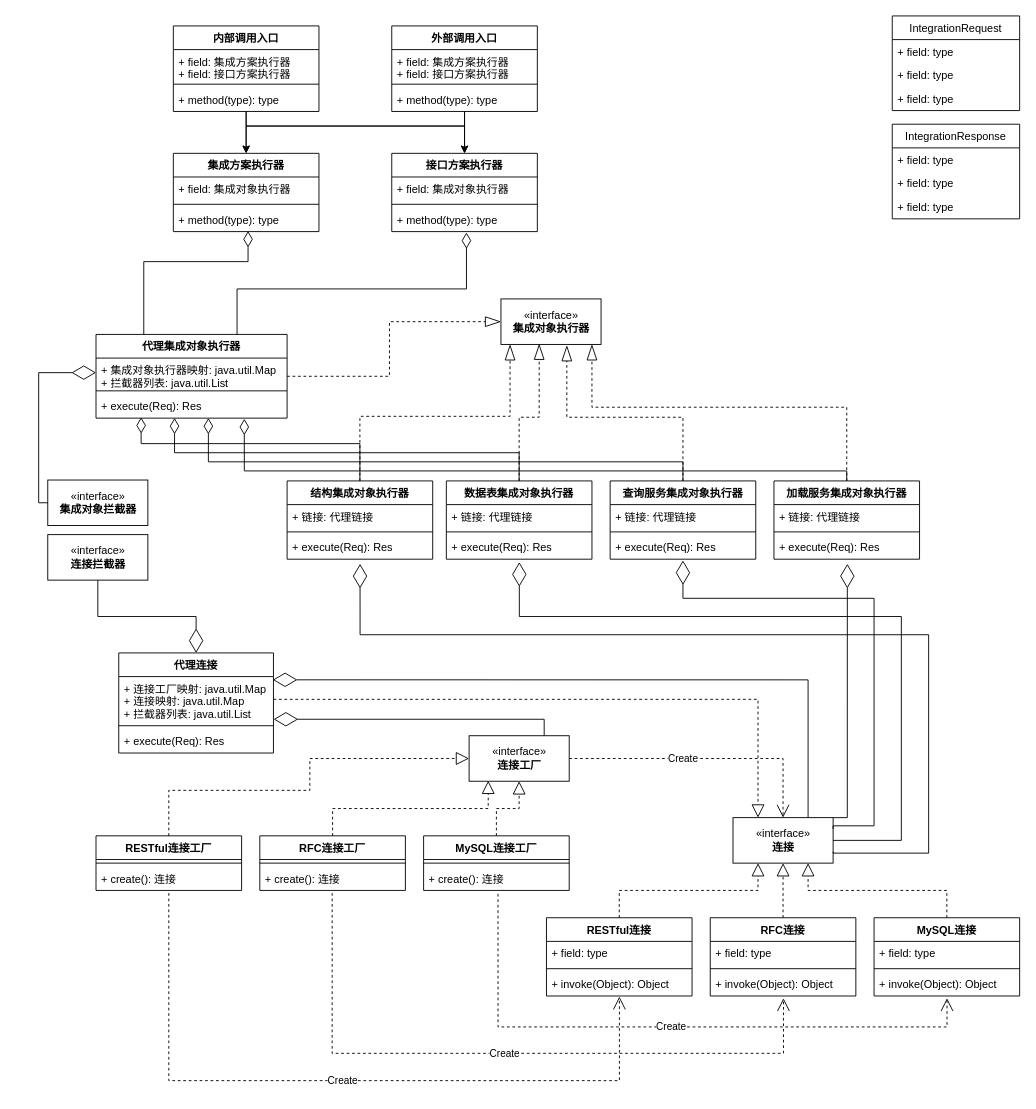
This is Integration.drawio from Pyr0man1ac/draw.io, a draw.io file, before an edit. Source tidied: cells renumbered, new cells numbered last; positions are measured from the earlier drawing's top-left corner, leaving out a move shared by most shapes. Both pictures are drawn from the tidied source at 91%, with x=0, y=0 at pixel (47, 15).
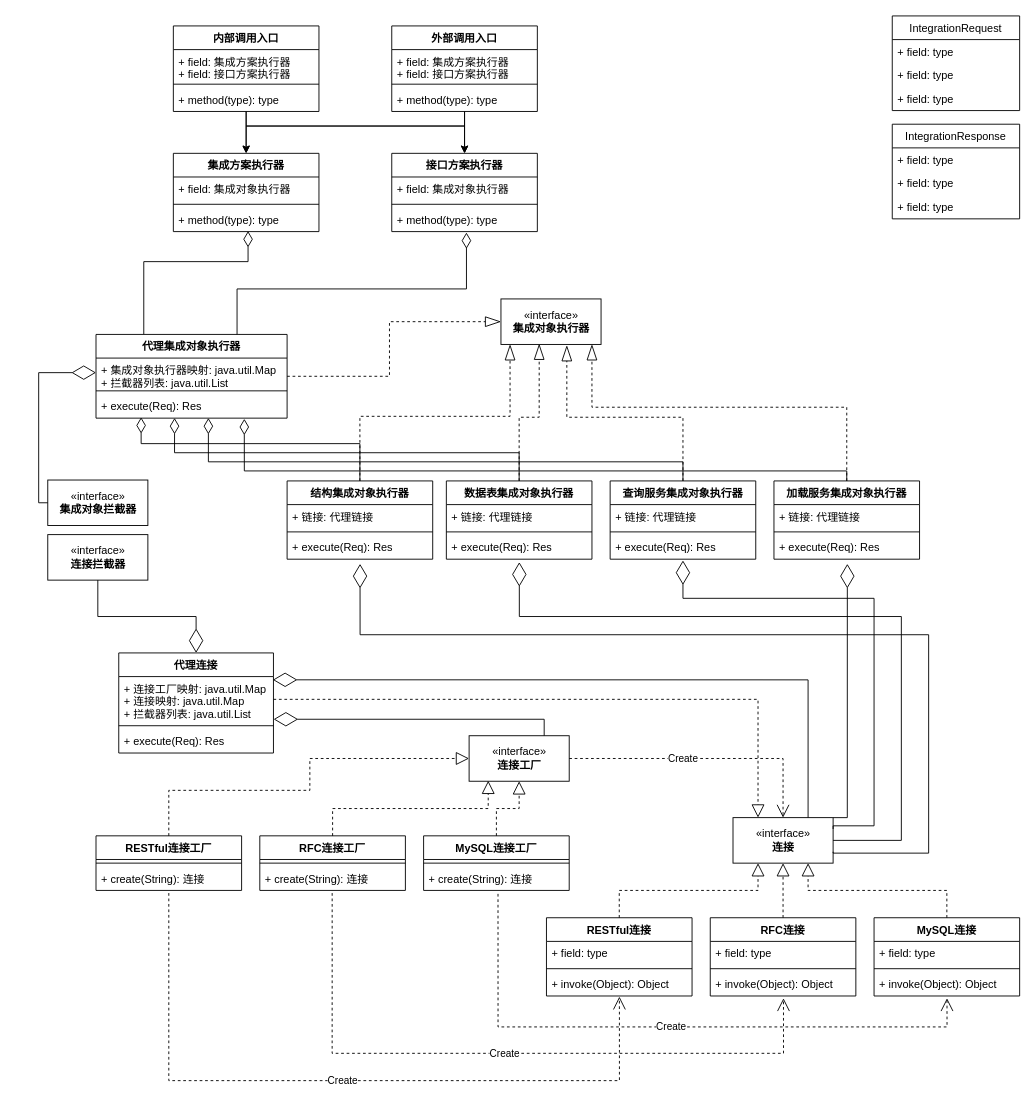
Above is the later version.

Unchanged cells that the change refers to:
```xml
<mxCell id="57" value="RESTful连接工厂" style="swimlane;fontStyle=1;align=center;verticalAlign=top;horizontal=1;startSize=26;" parent="1" vertex="1">
  <mxGeometry x="53" y="901" width="160" height="60" as="geometry" />
</mxCell>
<mxCell id="60" value="RFC连接工厂" style="swimlane;fontStyle=1;align=center;verticalAlign=top;horizontal=1;startSize=26;" parent="1" vertex="1">
  <mxGeometry x="233" y="901" width="160" height="60" as="geometry" />
</mxCell>
<mxCell id="63" value="MySQL连接工厂" style="swimlane;fontStyle=1;align=center;verticalAlign=top;horizontal=1;startSize=26;" parent="1" vertex="1">
  <mxGeometry x="413" y="901" width="160" height="60" as="geometry" />
</mxCell>
```

The edit, as a diff of the source:
```diff
@@
-    <mxCell id="59" value="+ create(): 连接" style="text;strokeColor=none;fillColor=none;align=left;verticalAlign=top;spacingLeft=4;spacingRight=4;overflow=hidden;points=[[0,0.5],[1,0.5]];portConstraint=eastwest;" parent="57" vertex="1">
+    <mxCell id="59" value="+ create(String): 连接" style="text;strokeColor=none;fillColor=none;align=left;verticalAlign=top;spacingLeft=4;spacingRight=4;overflow=hidden;points=[[0,0.5],[1,0.5]];portConstraint=eastwest;" parent="57" vertex="1">
       <mxGeometry y="34" width="160" height="26" as="geometry" />
     </mxCell>
@@
-    <mxCell id="62" value="+ create(): 连接" style="text;strokeColor=none;fillColor=none;align=left;verticalAlign=top;spacingLeft=4;spacingRight=4;overflow=hidden;points=[[0,0.5],[1,0.5]];portConstraint=eastwest;" parent="60" vertex="1">
+    <mxCell id="62" value="+ create(String): 连接" style="text;strokeColor=none;fillColor=none;align=left;verticalAlign=top;spacingLeft=4;spacingRight=4;overflow=hidden;points=[[0,0.5],[1,0.5]];portConstraint=eastwest;" parent="60" vertex="1">
       <mxGeometry y="34" width="160" height="26" as="geometry" />
     </mxCell>
@@
-    <mxCell id="65" value="+ create(): 连接" style="text;strokeColor=none;fillColor=none;align=left;verticalAlign=top;spacingLeft=4;spacingRight=4;overflow=hidden;points=[[0,0.5],[1,0.5]];portConstraint=eastwest;" parent="63" vertex="1">
+    <mxCell id="65" value="+ create(String): 连接" style="text;strokeColor=none;fillColor=none;align=left;verticalAlign=top;spacingLeft=4;spacingRight=4;overflow=hidden;points=[[0,0.5],[1,0.5]];portConstraint=eastwest;" parent="63" vertex="1">
       <mxGeometry y="34" width="160" height="26" as="geometry" />
     </mxCell>
```
